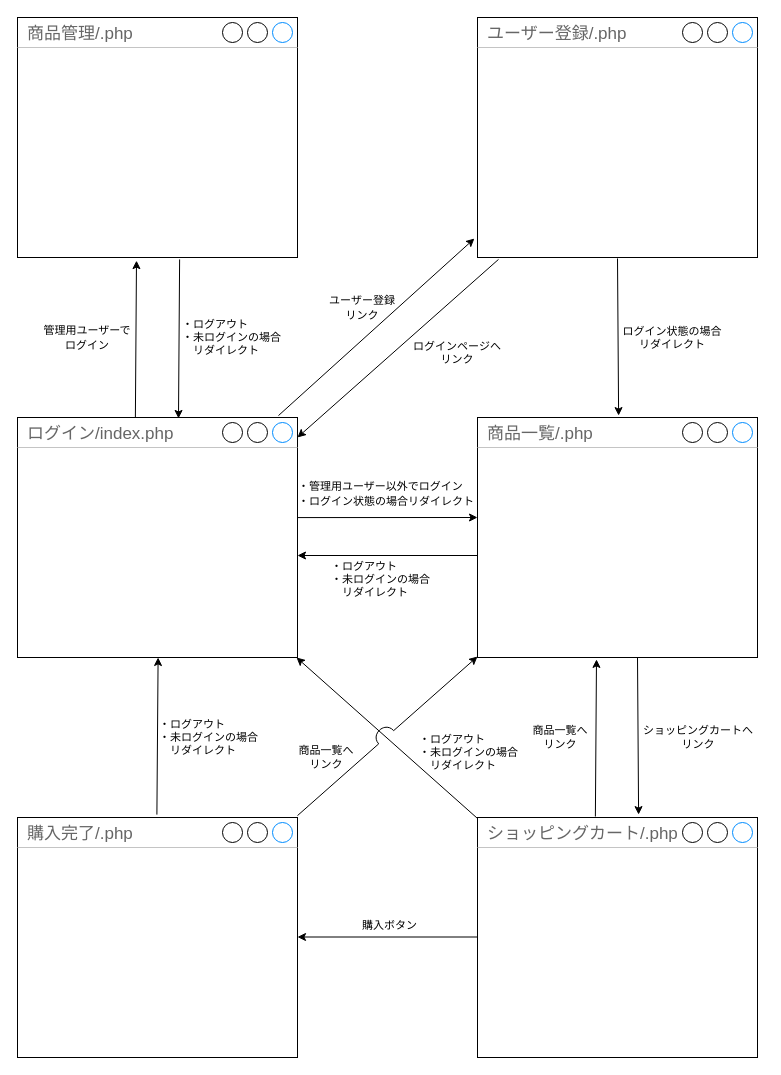
Above: htdocs/ec_site/documents/transition.dio in wakamyc701/dc_work_tamachi_wakamiya_PHP (draw.io), before the change. Source tidied: cells renumbered, new cells numbered last; positions are measured from the earlier drawing's top-left corner, leaving out a move shared by most shapes. Both pictures are drawn from the tidied source at 100%, with x=0, y=0 at pixel (17, 17).
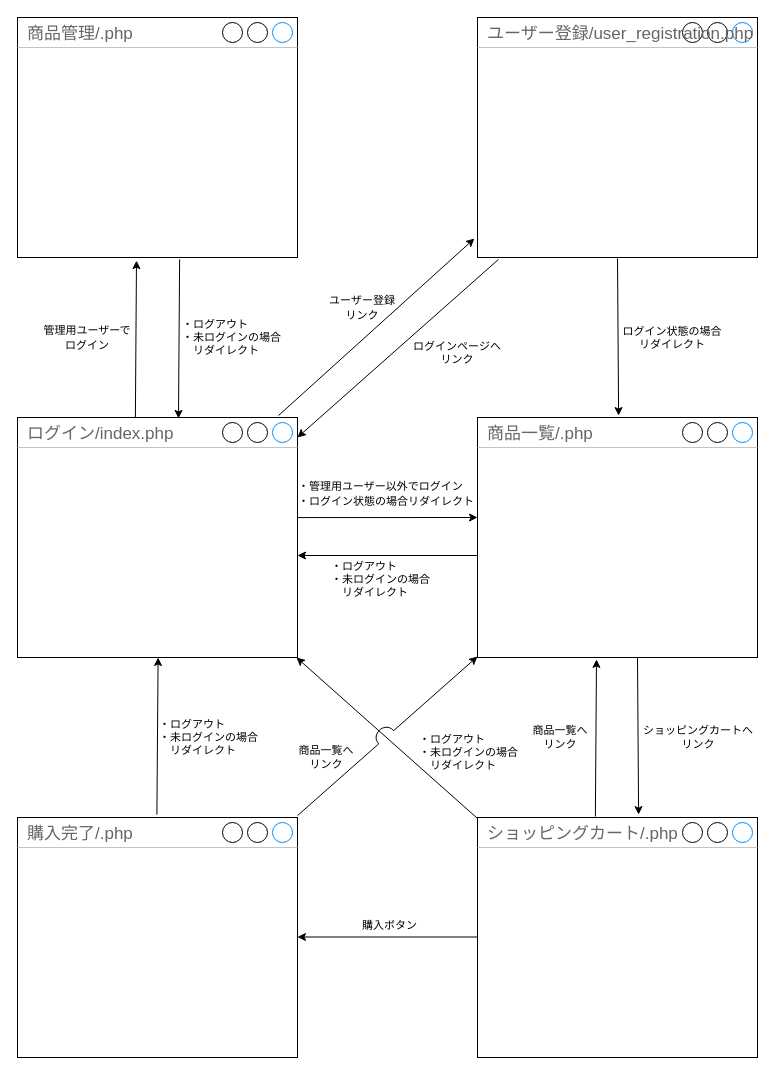
Above is the later version.

The edit, as a diff of the source:
```diff
@@
-    <mxCell id="3" value="ユーザー登録/.php" style="strokeWidth=1;shadow=0;dashed=0;align=center;html=1;shape=mxgraph.mockup.containers.window;align=left;verticalAlign=top;spacingLeft=8;strokeColor2=#008cff;strokeColor3=#c4c4c4;fontColor=#666666;mainText=;fontSize=17;labelBackgroundColor=none;" parent="1" vertex="1">
+    <mxCell id="3" value="ユーザー登録/user_registration.php" style="strokeWidth=1;shadow=0;dashed=0;align=center;html=1;shape=mxgraph.mockup.containers.window;align=left;verticalAlign=top;spacingLeft=8;strokeColor2=#008cff;strokeColor3=#c4c4c4;fontColor=#666666;mainText=;fontSize=17;labelBackgroundColor=none;" parent="1" vertex="1">
       <mxGeometry x="460" width="280" height="240" as="geometry" />
     </mxCell>
```
